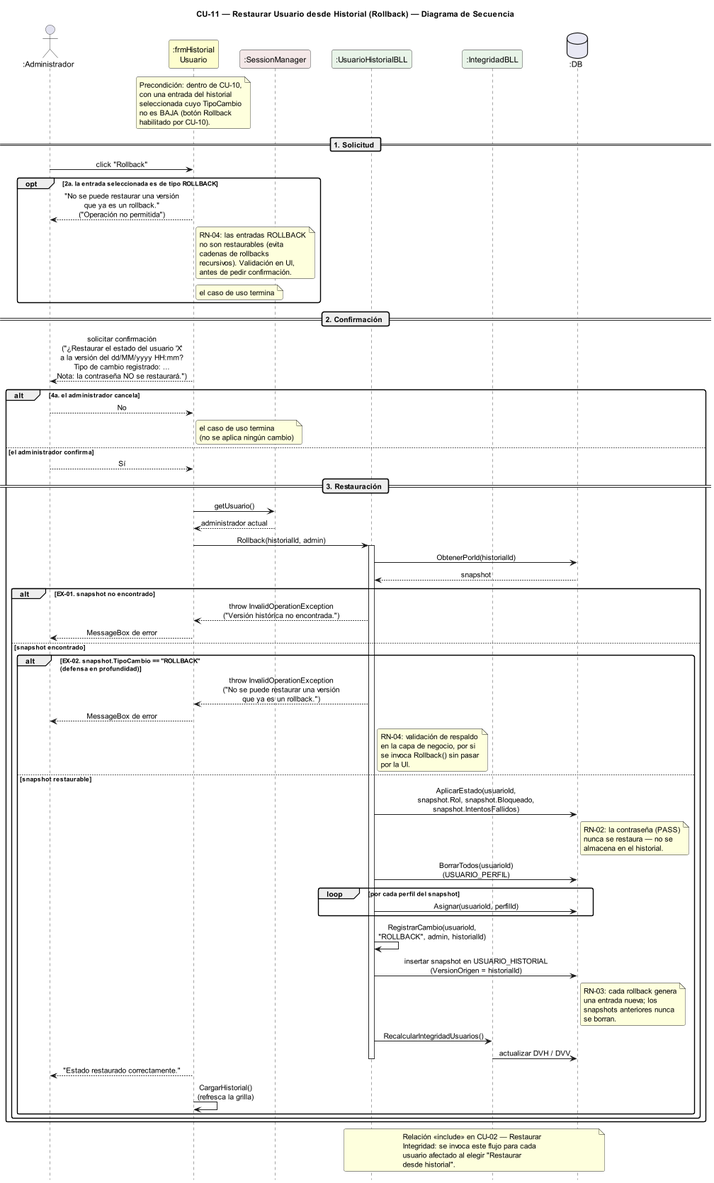
Urrels/ingenieria_software keeps this PlantUML diagram as DIAGRAMAS/DiagramaSecuencia_CU11_RestaurarUsuarioHistorial.png. Above is the earlier version.
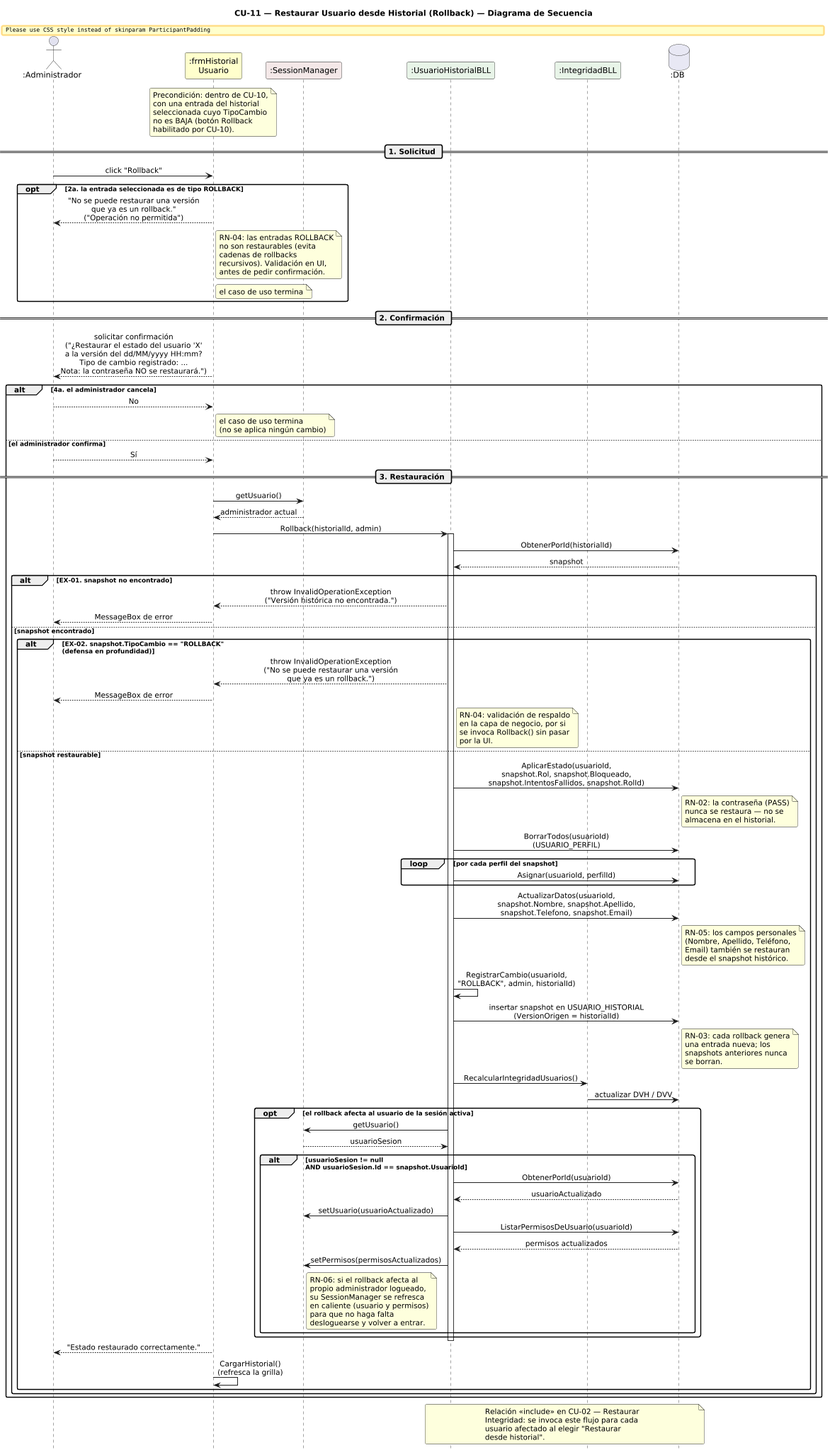
The same diagram one commit later.

Commit message:
docs: corrige diagramas de secuencia CU10/CU11/CU18 (idioma protegido, campos dummy)

The edit, as a diff of the source:
```diff
@@ -80,7 +80,7 @@
       end note
 
     else snapshot restaurable
-      UH -> DB : AplicarEstado(usuarioId,\nsnapshot.Rol, snapshot.Bloqueado,\nsnapshot.IntentosFallidos)
+      UH -> DB : AplicarEstado(usuarioId,\nsnapshot.Rol, snapshot.Bloqueado,\nsnapshot.IntentosFallidos, snapshot.RolId)
       note right of DB
         RN-02: la contraseña (PASS)
         nunca se restaura — no se
@@ -91,6 +91,14 @@
       loop por cada perfil del snapshot
         UH -> DB : Asignar(usuarioId, perfilId)
       end
+
+      UH -> DB : ActualizarDatos(usuarioId,\nsnapshot.Nombre, snapshot.Apellido,\nsnapshot.Telefono, snapshot.Email)
+      note right of DB
+        RN-05: los campos personales
+        (Nombre, Apellido, Teléfono,
+        Email) también se restauran
+        desde el snapshot histórico.
+      end note
 
       UH -> UH : RegistrarCambio(usuarioId,\n"ROLLBACK", admin, historialId)
       UH -> DB : insertar snapshot en USUARIO_HISTORIAL\n(VersionOrigen = historialId)
@@ -103,6 +111,31 @@
 
       UH -> IB : RecalcularIntegridadUsuarios()
       IB -> DB : actualizar DVH / DVV
+
+      opt el rollback afecta al usuario de la sesión activa
+        UH -> SM : getUsuario()
+        SM --> UH : usuarioSesion
+
+        alt usuarioSesion != null\nAND usuarioSesion.Id == snapshot.UsuarioId
+          UH -> DB : ObtenerPorId(usuarioId)
+          DB --> UH : usuarioActualizado
+          UH -> SM : setUsuario(usuarioActualizado)
+
+          UH -> DB : ListarPermisosDeUsuario(usuarioId)
+          DB --> UH : permisos actualizados
+          UH -> SM : setPermisos(permisosActualizados)
+
+          note right of SM
+            RN-06: si el rollback afecta al
+            propio administrador logueado,
+            su SessionManager se refresca
+            en caliente (usuario y permisos)
+            para que no haga falta
+            desloguearse y volver a entrar.
+          end note
+        end
+      end
+
       deactivate UH
 
       FH --> A : "Estado restaurado correctamente."
```
